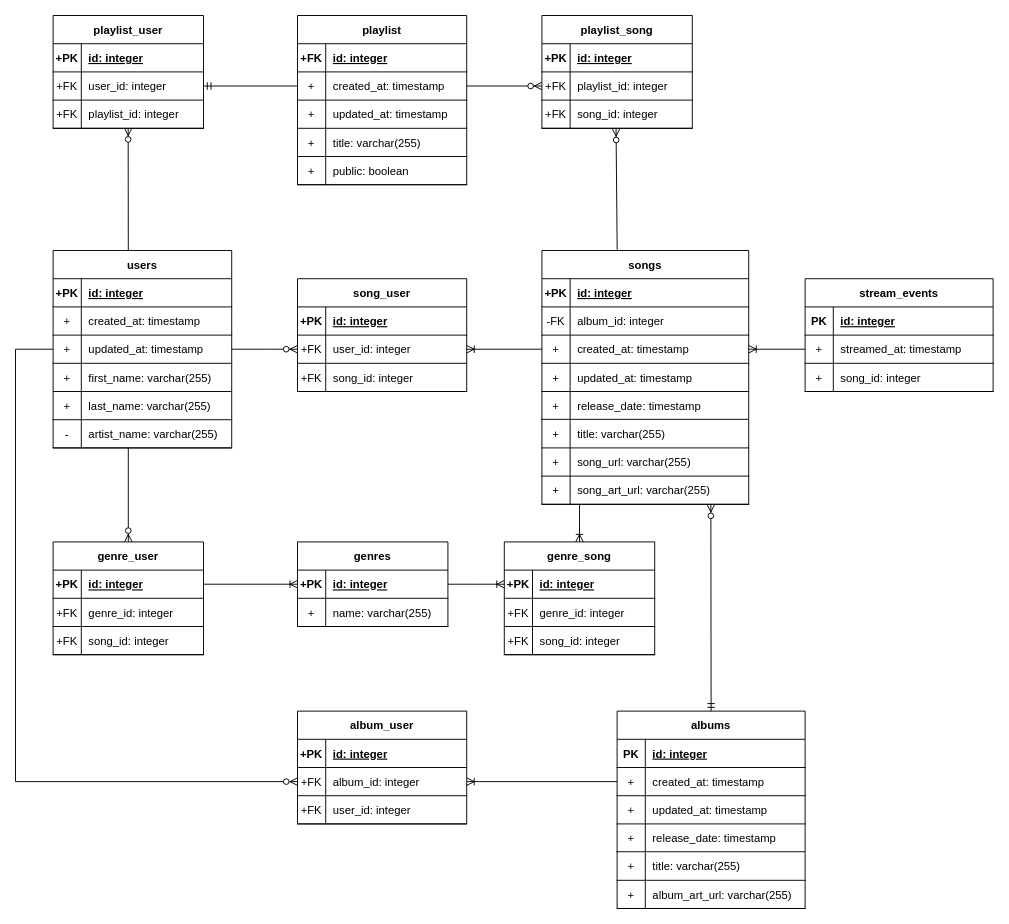
Above: ER Diagram.drawio in alecdiaz1/rainify (draw.io), before the change. Source tidied: cells renumbered, new cells numbered last; positions are measured from the earlier drawing's top-left corner, leaving out a move shared by most shapes. Both pictures are drawn from the tidied source at 94%, with x=0, y=0 at pixel (15, 15).
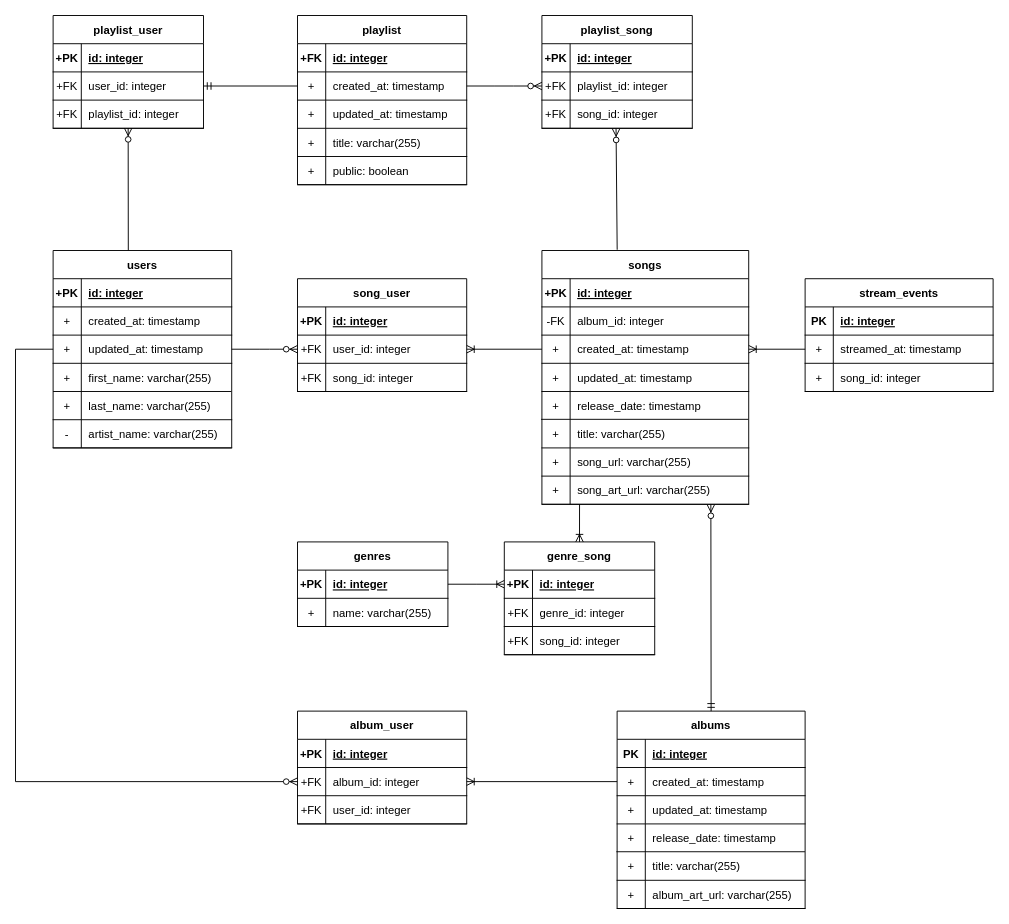
After the change.

Commit message:
docs: remove artist-genre relation in ERD

Unchanged cells that the change refers to:
```xml
<mxCell id="70" style="shape=tableRow;horizontal=0;startSize=0;swimlaneHead=0;swimlaneBody=0;fillColor=none;points=[[0,0.5],[1,0.5]];portConstraint=eastwest;top=0;left=0;right=0;bottom=1;rounded=0;sketch=0;" parent="69" vertex="1">
  <mxGeometry y="30" width="160" height="30" as="geometry" />
</mxCell>
```

Change to the diagram source:
```diff
@@
-    <mxCell id="90" value="genre_user" style="shape=table;startSize=30;childLayout=tableLayout;rowLines=0;fontStyle=1;align=center;rounded=0;sketch=0;" parent="1" vertex="1">
-      <mxGeometry x="40" y="560" width="160" height="120" as="geometry" />
-    </mxCell>
-    <mxCell id="91" style="shape=tableRow;horizontal=0;startSize=0;swimlaneHead=0;swimlaneBody=0;fillColor=none;points=[[0,0.5],[1,0.5]];portConstraint=eastwest;top=0;left=0;right=0;bottom=1;rounded=0;sketch=0;" parent="90" vertex="1">
-      <mxGeometry y="30" width="160" height="30" as="geometry" />
-    </mxCell>
-    <mxCell id="92" value="+PK" style="shape=partialRectangle;fillColor=none;top=0;left=0;bottom=0;right=0;fontStyle=1;overflow=hidden;rounded=0;sketch=0;" parent="91" vertex="1">
-      <mxGeometry width="30" height="30" as="geometry" />
-    </mxCell>
-    <mxCell id="93" value="id: integer" style="shape=partialRectangle;fillColor=none;top=0;left=0;bottom=0;right=0;align=left;spacingLeft=6;fontStyle=5;overflow=hidden;rounded=0;sketch=0;" parent="91" vertex="1">
-      <mxGeometry x="30" width="130" height="30" as="geometry" />
-    </mxCell>
-    <mxCell id="94" style="shape=tableRow;horizontal=0;startSize=0;swimlaneHead=0;swimlaneBody=0;fillColor=none;top=0;left=0;right=0;bottom=1;rounded=0;sketch=0;" parent="90" vertex="1">
-      <mxGeometry y="60" width="160" height="30" as="geometry" />
-    </mxCell>
-    <mxCell id="95" value="+FK" style="shape=partialRectangle;fillColor=none;top=0;left=0;bottom=0;right=0;fontStyle=0;overflow=hidden;rounded=0;sketch=0;" parent="94" vertex="1">
-      <mxGeometry width="30" height="30" as="geometry" />
-    </mxCell>
-    <mxCell id="96" value="genre_id: integer" style="shape=partialRectangle;fillColor=none;top=0;left=0;bottom=0;right=0;align=left;spacingLeft=6;fontStyle=0;overflow=hidden;rounded=0;sketch=0;" parent="94" vertex="1">
-      <mxGeometry x="30" width="130" height="30" as="geometry" />
-    </mxCell>
-    <mxCell id="97" style="shape=tableRow;horizontal=0;startSize=0;swimlaneHead=0;swimlaneBody=0;fillColor=none;top=0;left=0;right=0;bottom=1;" parent="90" vertex="1">
-      <mxGeometry y="90" width="160" height="30" as="geometry" />
-    </mxCell>
-    <mxCell id="98" value="+FK" style="shape=partialRectangle;fillColor=none;top=0;left=0;bottom=0;right=0;fontStyle=0;overflow=hidden;" parent="97" vertex="1">
-      <mxGeometry width="30" height="30" as="geometry" />
-    </mxCell>
-    <mxCell id="99" value="song_id: integer" style="shape=partialRectangle;fillColor=none;top=0;left=0;bottom=0;right=0;align=left;spacingLeft=6;fontStyle=0;overflow=hidden;" parent="97" vertex="1">
-      <mxGeometry x="30" width="130" height="30" as="geometry" />
-    </mxCell>
-    <mxCell id="100" style="fontSize=12;html=1;endArrow=ERzeroToMany;endFill=1;rounded=0;entryX=0.5;entryY=0;entryDx=0;entryDy=0;" parent="1" edge="1" target="90">
-      <mxGeometry relative="1" as="geometry">
-        <mxPoint x="120" y="460" as="sourcePoint" />
-      </mxGeometry>
-    </mxCell>
-    <mxCell id="101" style="fontSize=12;html=1;endArrow=ERoneToMany;rounded=0;exitX=1;exitY=0.5;exitDx=0;exitDy=0;entryX=0;entryY=0.5;entryDx=0;entryDy=0;" parent="1" edge="1" source="91" target="70">
-      <mxGeometry relative="1" as="geometry" />
-    </mxCell>
```
